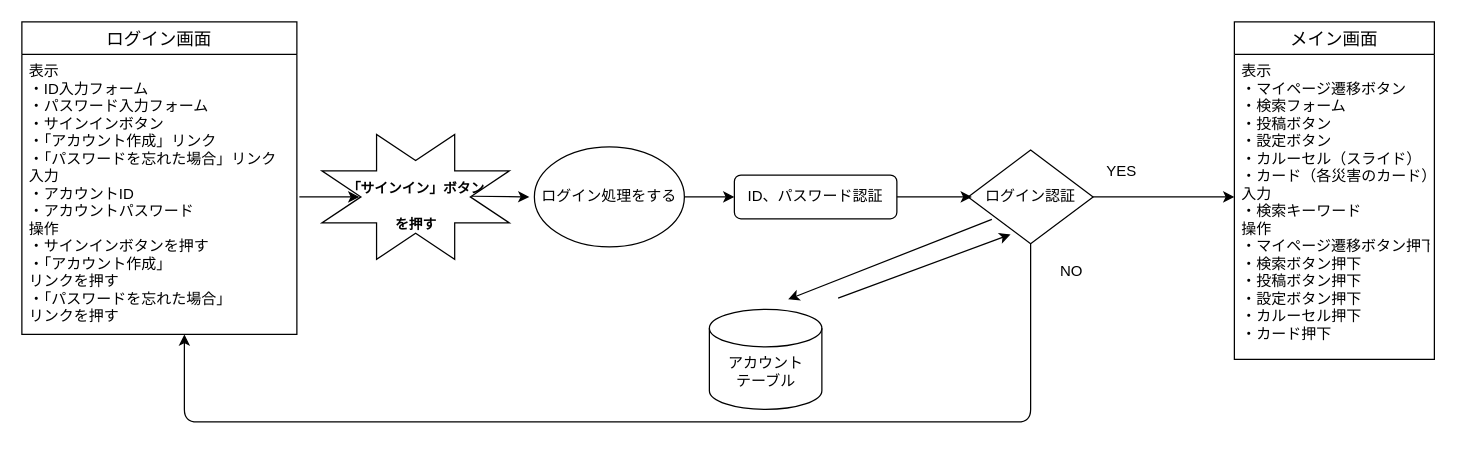
Above: 画面遷移図/ログイン画面.drawio in Ryusei44237/sotuken (draw.io), before the change. Source tidied: cells renumbered, new cells numbered last; positions are measured from the earlier drawing's top-left corner, leaving out a move shared by most shapes. Both pictures are drawn from the tidied source at 125%, with x=0, y=0 at pixel (21, 21).
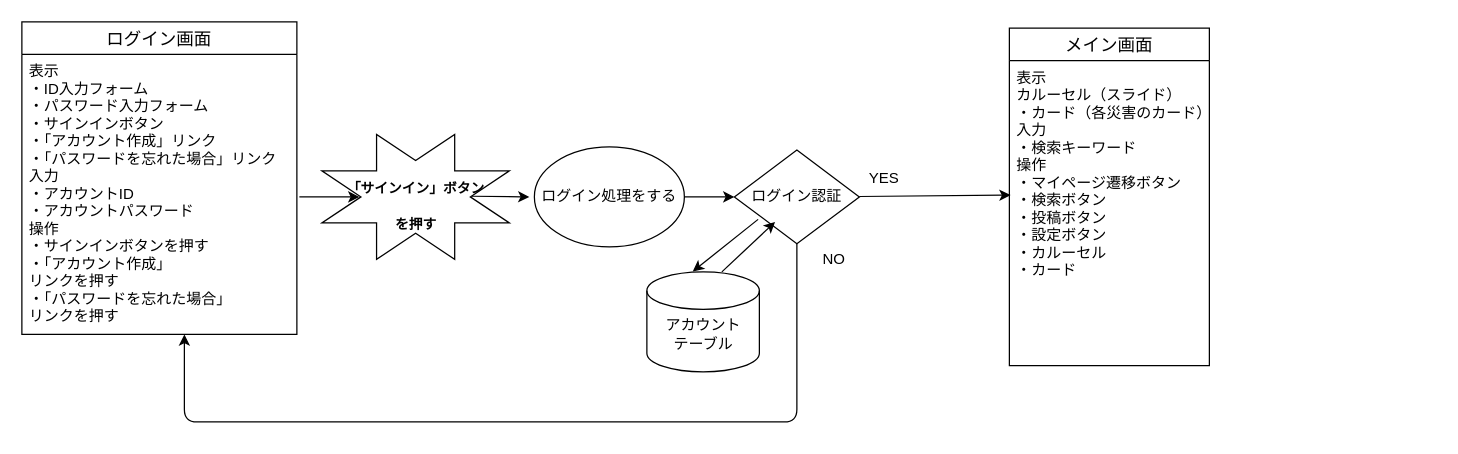
After the change.

Unchanged cells that the change refers to:
```xml
<mxCell id="7" value="ログイン処理をする" style="ellipse;whiteSpace=wrap;html=1;strokeColor=#000000;strokeWidth=1;" parent="1" vertex="1">
  <mxGeometry x="410" y="100" width="120" height="80" as="geometry" />
</mxCell>
```

The edit, as a diff of the source:
```diff
@@
-    <mxCell id="8" style="endArrow=classic;html=1;exitX=1;exitY=0.5;exitDx=0;exitDy=0;" parent="1" edge="1" source="7" target="9">
-      <mxGeometry relative="1" as="geometry" />
+    <mxCell id="8" style="endArrow=classic;html=1;exitX=1;exitY=0.5;exitDx=0;exitDy=0;" parent="1" edge="1" source="7">
+      <mxGeometry relative="1" as="geometry">
+        <mxPoint x="570" y="140" as="targetPoint" />
+      </mxGeometry>
     </mxCell>
-    <mxCell id="9" value="ID、パスワード認証" style="rounded=1;whiteSpace=wrap;html=1;" parent="1" vertex="1">
-      <mxGeometry x="570" y="122.5" width="130" height="35" as="geometry" />
-    </mxCell>
     <mxCell id="10" value="ログイン認証" style="rhombus;whiteSpace=wrap;html=1;" parent="1" vertex="1">
-      <mxGeometry x="757" y="102.5" width="100" height="75" as="geometry" />
+      <mxGeometry x="570" y="102.5" width="100" height="75" as="geometry" />
     </mxCell>
-    <mxCell id="11" style="endArrow=classic;html=1;" parent="1" edge="1">
-      <mxGeometry relative="1" as="geometry">
-        <mxPoint x="700" y="140" as="sourcePoint" />
-        <mxPoint x="760" y="140" as="targetPoint" />
-      </mxGeometry>
-    </mxCell>
-    <mxCell id="12" style="endArrow=classic;html=1;" parent="1" edge="1">
+    <mxCell id="12" style="endArrow=classic;html=1;entryX=0.006;entryY=0.441;entryDx=0;entryDy=0;entryPerimeter=0;" parent="1" edge="1" target="24">
       <mxGeometry relative="1" as="geometry">
-        <mxPoint x="857" y="140" as="sourcePoint" />
-        <mxPoint x="970" y="140" as="targetPoint" />
+        <mxPoint x="670" y="139.7" as="sourcePoint" />
       </mxGeometry>
     </mxCell>
     <mxCell id="13" value="YES" style="text;html=1;strokeColor=none;fillColor=none;align=center;verticalAlign=middle;whiteSpace=wrap;rounded=0;" parent="1" vertex="1">
-      <mxGeometry x="860" y="110" width="40" height="20" as="geometry" />
+      <mxGeometry x="670" y="115" width="40" height="20" as="geometry" />
     </mxCell>
     <mxCell id="14" style="endArrow=classic;html=1;exitX=0.5;exitY=1;exitDx=0;exitDy=0;" parent="1" edge="1" source="10">
       <mxGeometry relative="1" as="geometry">
         <mxPoint x="130" y="250" as="targetPoint" />
         <Array as="points">
-          <mxPoint x="807" y="320" />
+          <mxPoint x="620" y="320" />
           <mxPoint x="130" y="320" />
         </Array>
       </mxGeometry>
     </mxCell>
     <mxCell id="15" value="NO" style="text;html=1;strokeColor=none;fillColor=none;align=center;verticalAlign=middle;whiteSpace=wrap;rounded=0;" parent="1" vertex="1">
-      <mxGeometry x="820" y="190" width="40" height="20" as="geometry" />
+      <mxGeometry x="630" y="180" width="40" height="20" as="geometry" />
     </mxCell>
-    <mxCell id="16" style="endArrow=classic;html=1;exitX=0.19;exitY=0.74;exitDx=0;exitDy=0;exitPerimeter=0;entryX=0.3;entryY=0.025;entryDx=0;entryDy=0;entryPerimeter=0;" parent="1" edge="1" source="10">
-      <mxGeometry relative="1" as="geometry">
-        <mxPoint x="613" y="222" as="targetPoint" />
-      </mxGeometry>
+    <mxCell id="16" style="endArrow=classic;html=1;exitX=0.19;exitY=0.74;exitDx=0;exitDy=0;exitPerimeter=0;entryX=0.408;entryY=-0.004;entryDx=0;entryDy=0;entryPerimeter=0;" parent="1" edge="1" source="10" target="22">
+      <mxGeometry relative="1" as="geometry" />
     </mxCell>
-    <mxCell id="17" style="endArrow=classic;html=1;entryX=0.34;entryY=0.9;entryDx=0;entryDy=0;entryPerimeter=0;exitX=0.664;exitY=0.013;exitDx=0;exitDy=0;exitPerimeter=0;" parent="1" edge="1" target="10">
+    <mxCell id="17" style="endArrow=classic;html=1;entryX=0.326;entryY=0.767;entryDx=0;entryDy=0;entryPerimeter=0;" parent="1" edge="1" target="10">
       <mxGeometry relative="1" as="geometry">
-        <mxPoint x="653" y="221" as="sourcePoint" />
+        <mxPoint x="560" y="200" as="sourcePoint" />
       </mxGeometry>
     </mxCell>
@@
-    <mxCell id="20" value="メイン画面" style="swimlane;fontStyle=0;horizontal=1;startSize=26;align=center;fontSize=14;" parent="1" vertex="1">
-      <mxGeometry x="970" width="160" height="270" as="geometry" />
-    </mxCell>
-    <mxCell id="21" value="表示&#10;・マイページ遷移ボタン&#10;・検索フォーム&#10;・投稿ボタン&#10;・設定ボタン&#10;・カルーセル（スライド）&#10;・カード（各災害のカード）&#10;入力&#10;・検索キーワード&#10;操作&#10;・マイページ遷移ボタン押下&#10;・検索ボタン押下&#10;・投稿ボタン押下&#10;・設定ボタン押下&#10;・カルーセル押下&#10;・カード押下" style="text;strokeColor=none;fillColor=none;spacingLeft=4;spacingRight=4;overflow=hidden;fontSize=12;" parent="20" vertex="1">
-      <mxGeometry y="26" width="160" height="244" as="geometry" />
-    </mxCell>
     <mxCell id="22" style="shape=cylinder2;whiteSpace=wrap;html=1;boundedLbl=1;backgroundOutline=1;size=15;" parent="1" vertex="1">
-      <mxGeometry x="550" y="230" width="90" height="80" as="geometry" />
+      <mxGeometry x="500" y="200" width="90" height="80" as="geometry" />
     </mxCell>
     <mxCell id="23" value="アカウントテーブル" style="text;html=1;strokeColor=none;fillColor=none;align=center;verticalAlign=middle;whiteSpace=wrap;rounded=0;" parent="1" vertex="1">
-      <mxGeometry x="562.5" y="270" width="65" height="20" as="geometry" />
+      <mxGeometry x="512.5" y="240" width="65" height="20" as="geometry" />
     </mxCell>
+    <mxCell id="20" value="メイン画面" style="swimlane;fontStyle=0;horizontal=1;startSize=26;align=center;fontSize=14;" parent="1" vertex="1">
+      <mxGeometry x="790" y="5" width="160" height="270" as="geometry" />
+    </mxCell>
+    <mxCell id="24" value="表示&#10;カルーセル（スライド）&#10;・カード（各災害のカード）&#10;入力&#10;・検索キーワード&#10;操作&#10;・マイページ遷移ボタン&#10;・検索ボタン&#10;・投稿ボタン&#10;・設定ボタン&#10;・カルーセル&#10;・カード" style="text;strokeColor=none;fillColor=none;spacingLeft=4;spacingRight=4;overflow=hidden;points=[[0,0.5],[1,0.5]];portConstraint=eastwest;fontSize=12;" parent="20" vertex="1">
+      <mxGeometry y="26" width="160" height="244" as="geometry" />
+    </mxCell>
```
